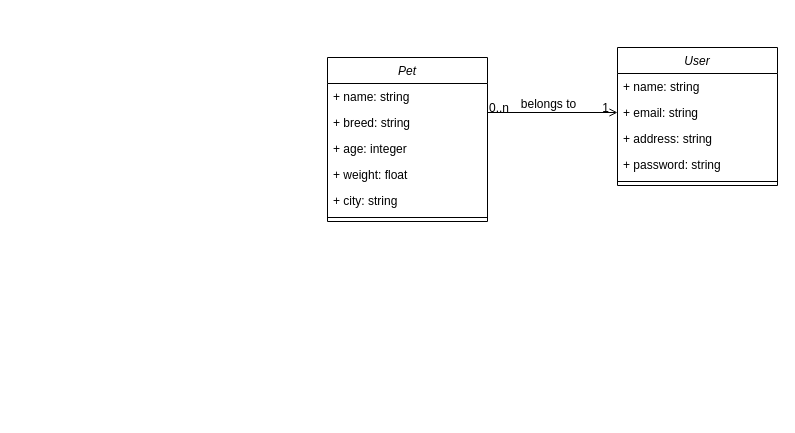
Earlier version of the draw.io diagram Untitled Diagram.drawio (guimaraes-lucas/pet-finder-api). Source tidied: cells renumbered, new cells numbered last; positions are measured from the earlier drawing's top-left corner, leaving out a move shared by most shapes. Both pictures are drawn from the tidied source at 100%, with x=0, y=0 at pixel (327, 47).
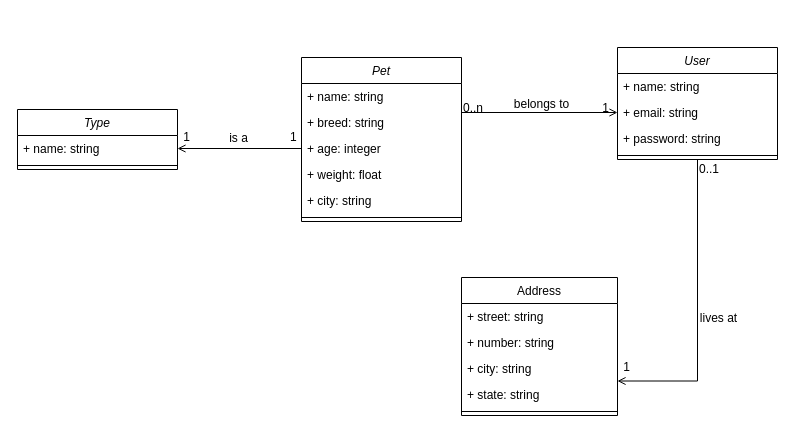
The same diagram, later.

Commit message (it also covers changes not shown here):
Pet Finder - Diagrama de classes

The change refers to these unchanged cells:
```xml
<mxCell id="5" value="+ age: integer" style="text;align=left;verticalAlign=top;spacingLeft=4;spacingRight=4;overflow=hidden;points=[[0,0.5],[1,0.5]];portConstraint=eastwest;rounded=0;shadow=0;html=0;" parent="2" vertex="1">
  <mxGeometry y="78" width="160" height="26" as="geometry" />
</mxCell>
```

What changed in the source:
```diff
@@
+    <mxCell id="9" style="endArrow=open;shadow=0;strokeWidth=1;rounded=0;endFill=1;edgeStyle=elbowEdgeStyle;elbow=vertical;entryX=0;entryY=0.5;entryDx=0;entryDy=0;" parent="1" edge="1" source="2" target="15">
+      <mxGeometry x="0.5" y="41" relative="1" as="geometry">
+        <mxPoint x="-40" y="32" as="offset" />
+      </mxGeometry>
+    </mxCell>
+    <mxCell id="10" value="0..n" style="align=left;verticalAlign=bottom;labelBackgroundColor=none;fontSize=12;" parent="9" vertex="1">
+      <mxGeometry x="-1" relative="1" as="geometry">
+        <mxPoint y="4" as="offset" />
+      </mxGeometry>
+    </mxCell>
+    <mxCell id="11" value="1" style="align=right;verticalAlign=bottom;labelBackgroundColor=none;fontSize=12;" parent="9" vertex="1">
+      <mxGeometry x="1" relative="1" as="geometry">
+        <mxPoint x="-7" y="4" as="offset" />
+      </mxGeometry>
+    </mxCell>
+    <mxCell id="12" value="belongs to" style="text;html=1;align=center;verticalAlign=middle;labelBackgroundColor=none;rounded=0;shadow=0;strokeWidth=1;fontSize=12;" parent="9" vertex="1">
+      <mxGeometry x="0.5" y="49" relative="1" as="geometry">
+        <mxPoint x="-38" y="40" as="offset" />
+      </mxGeometry>
+    </mxCell>
+    <mxCell id="19" style="edgeStyle=orthogonalEdgeStyle;rounded=0;jettySize=auto;html=1;endArrow=open;endFill=0;entryX=1;entryY=0.75;entryDx=0;entryDy=0;" parent="1" edge="1" source="13" target="30">
+      <mxGeometry relative="1" as="geometry" />
+    </mxCell>
+    <mxCell id="13" value="User" style="swimlane;fontStyle=2;align=center;verticalAlign=top;horizontal=1;startSize=26;rounded=0;shadow=0;strokeWidth=1;" parent="1" vertex="1">
+      <mxGeometry x="290" width="160" height="112" as="geometry" />
+    </mxCell>
+    <mxCell id="14" value="+ name: string" style="text;align=left;verticalAlign=top;spacingLeft=4;spacingRight=4;overflow=hidden;" parent="13" vertex="1">
+      <mxGeometry y="26" width="160" height="26" as="geometry" />
+    </mxCell>
+    <mxCell id="15" value="+ email: string" style="text;align=left;verticalAlign=top;spacingLeft=4;spacingRight=4;overflow=hidden;points=[[0,0.5],[1,0.5]];portConstraint=eastwest;rounded=0;shadow=0;html=0;" parent="13" vertex="1">
+      <mxGeometry y="52" width="160" height="26" as="geometry" />
+    </mxCell>
+    <mxCell id="17" value="+ password: string" style="text;align=left;verticalAlign=top;spacingLeft=4;spacingRight=4;overflow=hidden;rounded=0;shadow=0;html=0;" parent="13" vertex="1">
+      <mxGeometry y="78" width="160" height="26" as="geometry" />
+    </mxCell>
+    <mxCell id="18" style="line;html=1;strokeWidth=1;align=left;verticalAlign=middle;spacingTop=-1;spacingLeft=3;spacingRight=3;labelPosition=right;" parent="13" vertex="1">
+      <mxGeometry y="104" width="160" height="8" as="geometry" />
+    </mxCell>
+    <mxCell id="20" value="lives at" style="text;html=1;align=center;verticalAlign=middle;labelBackgroundColor=none;rounded=0;shadow=0;strokeWidth=1;fontSize=12;" parent="1" vertex="1">
+      <mxGeometry x="390" y="270" as="geometry" />
+    </mxCell>
+    <mxCell id="21" value="0..1" style="align=left;verticalAlign=bottom;labelBackgroundColor=none;fontSize=12;" parent="1" vertex="1">
+      <mxGeometry x="370" y="130" as="geometry" />
+    </mxCell>
+    <mxCell id="22" value="1" style="align=right;verticalAlign=bottom;labelBackgroundColor=none;fontSize=12;" parent="1" vertex="1">
+      <mxGeometry x="300" y="200" as="geometry">
+        <mxPoint x="4" y="128" as="offset" />
+      </mxGeometry>
+    </mxCell>
     <mxCell id="2" value="Pet" style="swimlane;fontStyle=2;align=center;verticalAlign=top;horizontal=1;startSize=26;rounded=0;shadow=0;strokeWidth=1;" parent="1" vertex="1">
-      <mxGeometry y="10" width="160" height="164" as="geometry" />
+      <mxGeometry x="-26" y="10" width="160" height="164" as="geometry" />
     </mxCell>
@@
-    <mxCell id="9" style="endArrow=open;shadow=0;strokeWidth=1;rounded=0;endFill=1;edgeStyle=elbowEdgeStyle;elbow=vertical;entryX=0;entryY=0.5;entryDx=0;entryDy=0;" parent="1" edge="1" source="2" target="15">
-      <mxGeometry x="0.5" y="41" relative="1" as="geometry">
-        <mxPoint x="-40" y="32" as="offset" />
-      </mxGeometry>
-    </mxCell>
-    <mxCell id="10" value="0..n" style="align=left;verticalAlign=bottom;labelBackgroundColor=none;fontSize=12;" parent="9" vertex="1">
-      <mxGeometry x="-1" relative="1" as="geometry">
-        <mxPoint y="4" as="offset" />
-      </mxGeometry>
-    </mxCell>
-    <mxCell id="11" value="1" style="align=right;verticalAlign=bottom;labelBackgroundColor=none;fontSize=12;" parent="9" vertex="1">
-      <mxGeometry x="1" relative="1" as="geometry">
-        <mxPoint x="-7" y="4" as="offset" />
-      </mxGeometry>
-    </mxCell>
-    <mxCell id="12" value="belongs to" style="text;html=1;align=center;verticalAlign=middle;labelBackgroundColor=none;rounded=0;shadow=0;strokeWidth=1;fontSize=12;" parent="9" vertex="1">
-      <mxGeometry x="0.5" y="49" relative="1" as="geometry">
-        <mxPoint x="-38" y="40" as="offset" />
-      </mxGeometry>
-    </mxCell>
-    <mxCell id="13" value="User" style="swimlane;fontStyle=2;align=center;verticalAlign=top;horizontal=1;startSize=26;rounded=0;shadow=0;strokeWidth=1;" parent="1" vertex="1">
-      <mxGeometry x="290" width="160" height="138" as="geometry" />
-    </mxCell>
-    <mxCell id="14" value="+ name: string" style="text;align=left;verticalAlign=top;spacingLeft=4;spacingRight=4;overflow=hidden;" parent="13" vertex="1">
-      <mxGeometry y="26" width="160" height="26" as="geometry" />
-    </mxCell>
-    <mxCell id="15" value="+ email: string" style="text;align=left;verticalAlign=top;spacingLeft=4;spacingRight=4;overflow=hidden;points=[[0,0.5],[1,0.5]];portConstraint=eastwest;rounded=0;shadow=0;html=0;" parent="13" vertex="1">
-      <mxGeometry y="52" width="160" height="26" as="geometry" />
-    </mxCell>
-    <mxCell id="16" value="+ address: string" style="text;align=left;verticalAlign=top;spacingLeft=4;spacingRight=4;overflow=hidden;rounded=0;shadow=0;html=0;" parent="13" vertex="1">
-      <mxGeometry y="78" width="160" height="26" as="geometry" />
-    </mxCell>
-    <mxCell id="17" value="+ password: string" style="text;align=left;verticalAlign=top;spacingLeft=4;spacingRight=4;overflow=hidden;rounded=0;shadow=0;html=0;" parent="13" vertex="1">
-      <mxGeometry y="104" width="160" height="26" as="geometry" />
-    </mxCell>
-    <mxCell id="18" style="line;html=1;strokeWidth=1;align=left;verticalAlign=middle;spacingTop=-1;spacingLeft=3;spacingRight=3;labelPosition=right;" parent="13" vertex="1">
-      <mxGeometry y="130" width="160" height="8" as="geometry" />
-    </mxCell>
+    <mxCell id="23" value="Type" style="swimlane;fontStyle=2;align=center;verticalAlign=top;horizontal=1;startSize=26;rounded=0;shadow=0;strokeWidth=1;" parent="1" vertex="1">
+      <mxGeometry x="-310" y="62" width="160" height="60" as="geometry" />
+    </mxCell>
+    <mxCell id="24" value="+ name: string" style="text;align=left;verticalAlign=top;spacingLeft=4;spacingRight=4;overflow=hidden;points=[[0,0.5],[1,0.5]];portConstraint=eastwest;" parent="23" vertex="1">
+      <mxGeometry y="26" width="160" height="26" as="geometry" />
+    </mxCell>
+    <mxCell id="25" style="line;html=1;strokeWidth=1;align=left;verticalAlign=middle;spacingTop=-1;spacingLeft=3;spacingRight=3;labelPosition=right;" parent="23" vertex="1">
+      <mxGeometry y="52" width="160" height="8" as="geometry" />
+    </mxCell>
+    <mxCell id="26" style="edgeStyle=orthogonalEdgeStyle;rounded=0;jettySize=auto;html=1;entryX=1;entryY=0.5;entryDx=0;entryDy=0;endArrow=open;endFill=0;" parent="1" edge="1" source="5" target="24">
+      <mxGeometry relative="1" as="geometry" />
+    </mxCell>
+    <mxCell id="27" value="is a" style="text;html=1;align=center;verticalAlign=middle;labelBackgroundColor=none;rounded=0;shadow=0;strokeWidth=1;fontSize=12;" parent="1" vertex="1">
+      <mxGeometry x="-90" y="90" as="geometry" />
+    </mxCell>
+    <mxCell id="28" value="1" style="align=left;verticalAlign=bottom;labelBackgroundColor=none;fontSize=12;" parent="1" vertex="1">
+      <mxGeometry x="-39" y="98" as="geometry" />
+    </mxCell>
+    <mxCell id="29" value="1" style="align=right;verticalAlign=bottom;labelBackgroundColor=none;fontSize=12;" parent="1" vertex="1">
+      <mxGeometry x="-140" y="-30" as="geometry">
+        <mxPoint x="4" y="128" as="offset" />
+      </mxGeometry>
+    </mxCell>
+    <mxCell id="30" value="Address" style="swimlane;fontStyle=0;align=center;verticalAlign=top;horizontal=1;startSize=26;rounded=0;shadow=0;strokeWidth=1;" parent="1" vertex="1">
+      <mxGeometry x="134" y="230" width="156" height="138" as="geometry" />
+    </mxCell>
+    <mxCell id="31" value="+ street: string" style="text;align=left;verticalAlign=top;spacingLeft=4;spacingRight=4;overflow=hidden;" parent="30" vertex="1">
+      <mxGeometry y="26" width="156" height="26" as="geometry" />
+    </mxCell>
+    <mxCell id="32" value="+ number: string" style="text;align=left;verticalAlign=top;spacingLeft=4;spacingRight=4;overflow=hidden;" parent="30" vertex="1">
+      <mxGeometry y="52" width="156" height="26" as="geometry" />
+    </mxCell>
+    <mxCell id="33" value="+ city: string" style="text;align=left;verticalAlign=top;spacingLeft=4;spacingRight=4;overflow=hidden;rounded=0;shadow=0;html=0;" parent="30" vertex="1">
+      <mxGeometry y="78" width="156" height="26" as="geometry" />
+    </mxCell>
+    <mxCell id="34" value="+ state: string" style="text;align=left;verticalAlign=top;spacingLeft=4;spacingRight=4;overflow=hidden;rounded=0;shadow=0;html=0;" parent="30" vertex="1">
+      <mxGeometry y="104" width="156" height="26" as="geometry" />
+    </mxCell>
+    <mxCell id="35" style="line;html=1;strokeWidth=1;align=left;verticalAlign=middle;spacingTop=-1;spacingLeft=3;spacingRight=3;labelPosition=right;" parent="30" vertex="1">
+      <mxGeometry y="130" width="156" height="8" as="geometry" />
+    </mxCell>
```
